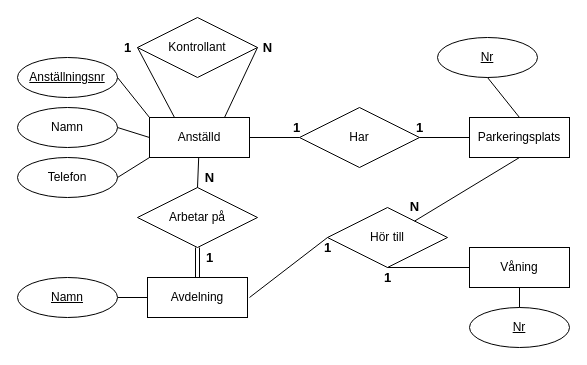
Earlier version of the draw.io diagram page "ER" (1 of 2) of Parkeringshus.drawio (Ingelisun/ERmodels). Source tidied: cells renumbered, new cells numbered last; positions are measured from the earlier drawing's top-left corner, leaving out a move shared by most shapes. Both pictures are drawn from the tidied source at 100%, with x=0, y=0 at pixel (17, 17).
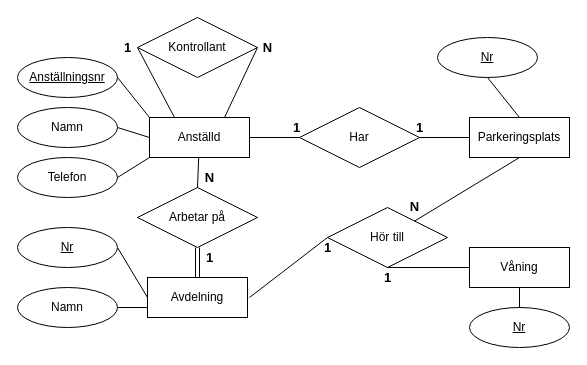
The same diagram, later.

The edit, as a diff of the source:
```diff
@@
-    <mxCell id="32" value="Namn" style="ellipse;whiteSpace=wrap;html=1;align=center;fontStyle=4;" parent="1" vertex="1">
-      <mxGeometry y="260" width="100" height="40" as="geometry" />
+    <mxCell id="32" value="Nr" style="ellipse;whiteSpace=wrap;html=1;align=center;fontStyle=4;" parent="1" vertex="1">
+      <mxGeometry y="210" width="100" height="40" as="geometry" />
     </mxCell>
@@
+    <mxCell id="40" value="Namn" style="ellipse;whiteSpace=wrap;html=1;align=center;" parent="1" vertex="1">
+      <mxGeometry y="270" width="100" height="40" as="geometry" />
+    </mxCell>
+    <mxCell id="41" style="endArrow=none;html=1;rounded=0;exitX=1;exitY=0.5;exitDx=0;exitDy=0;" parent="1" edge="1" source="40">
+      <mxGeometry relative="1" as="geometry">
+        <mxPoint x="130" y="290" as="targetPoint" />
+      </mxGeometry>
+    </mxCell>
```
